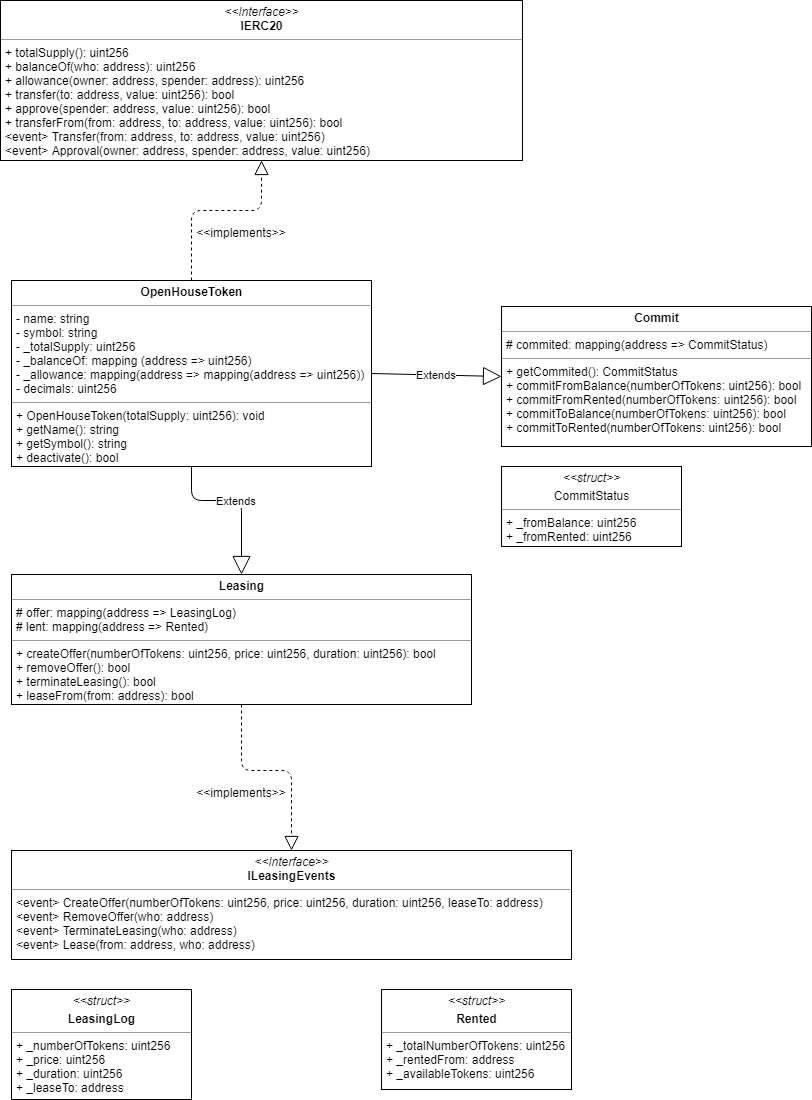
Before: uml/OpenHouseToken/OpenHouseToken.png, a diagram exported from draw.io (gkamtzir/Ethereum-ICO-Diploma-Thesis). Source tidied: cells renumbered, new cells last; positions are measured from the earlier drawing's top-left corner, leaving out a move shared by most shapes.
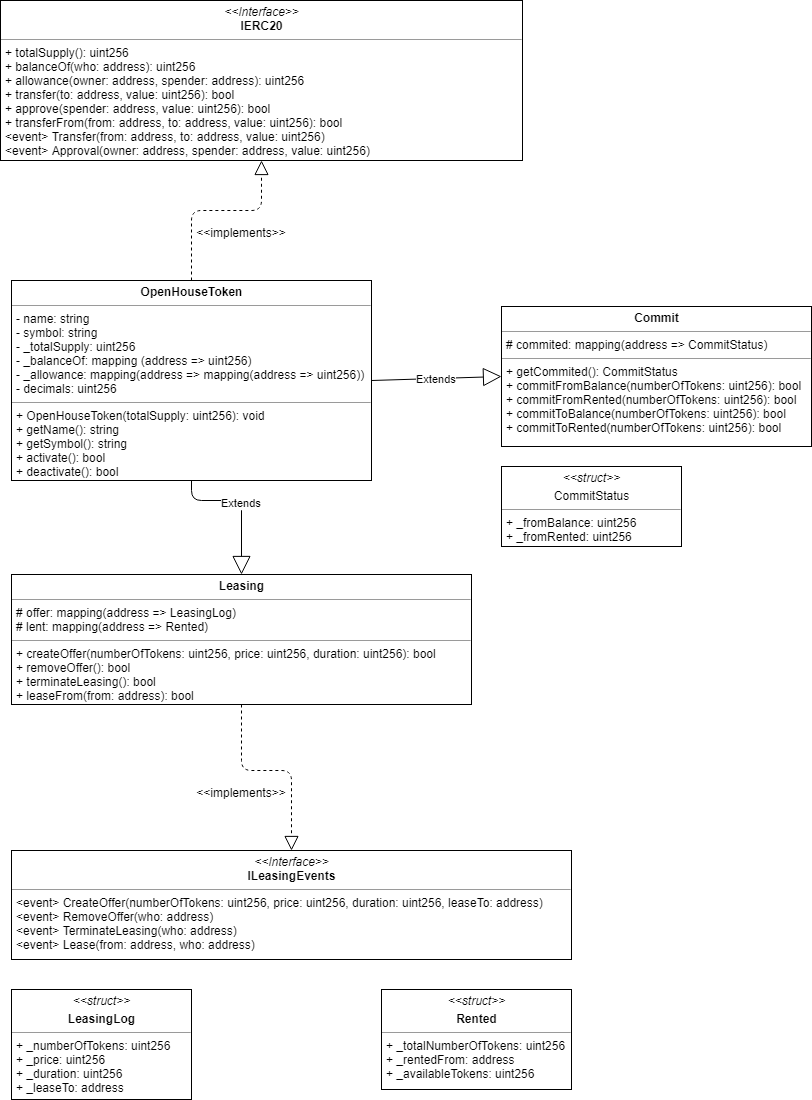
Above is the later version.

Diff of the diagram source:
```diff
@@ -2,8 +2,8 @@
   <root>
     <mxCell id="0" />
     <mxCell id="1" parent="0" />
-    <mxCell id="2" value="&lt;p style=&quot;margin: 0px ; margin-top: 4px ; text-align: center&quot;&gt;&lt;b&gt;OpenHouseToken&lt;/b&gt;&lt;/p&gt;&lt;hr size=&quot;1&quot;&gt;&lt;p style=&quot;margin: 0px ; margin-left: 4px&quot;&gt;- name: string&lt;/p&gt;&lt;p style=&quot;margin: 0px ; margin-left: 4px&quot;&gt;- symbol: string&lt;/p&gt;&lt;p style=&quot;margin: 0px ; margin-left: 4px&quot;&gt;- _totalSupply: uint256&lt;/p&gt;&lt;p style=&quot;margin: 0px ; margin-left: 4px&quot;&gt;- _balanceOf: mapping (address =&amp;gt; uint256)&lt;/p&gt;&lt;p style=&quot;margin: 0px ; margin-left: 4px&quot;&gt;- _allowance: mapping(address =&amp;gt; mapping(address =&amp;gt; uint256))&lt;/p&gt;&lt;p style=&quot;margin: 0px ; margin-left: 4px&quot;&gt;- decimals: uint256&lt;/p&gt;&lt;hr size=&quot;1&quot;&gt;&lt;p style=&quot;margin: 0px ; margin-left: 4px&quot;&gt;+ OpenHouseToken(totalSupply: uint256): void&lt;/p&gt;&lt;p style=&quot;margin: 0px ; margin-left: 4px&quot;&gt;+ getName(): string&lt;/p&gt;&lt;p style=&quot;margin: 0px ; margin-left: 4px&quot;&gt;+ getSymbol(): string&lt;/p&gt;&lt;p style=&quot;margin: 0px ; margin-left: 4px&quot;&gt;+ deactivate(): bool&lt;/p&gt;" style="verticalAlign=top;align=left;overflow=fill;fontSize=12;fontFamily=Helvetica;html=1;" parent="1" vertex="1">
-      <mxGeometry x="11" y="280" width="360" height="186" as="geometry" />
+    <mxCell id="2" value="&lt;p style=&quot;margin: 0px ; margin-top: 4px ; text-align: center&quot;&gt;&lt;b&gt;OpenHouseToken&lt;/b&gt;&lt;/p&gt;&lt;hr size=&quot;1&quot;&gt;&lt;p style=&quot;margin: 0px ; margin-left: 4px&quot;&gt;- name: string&lt;/p&gt;&lt;p style=&quot;margin: 0px ; margin-left: 4px&quot;&gt;- symbol: string&lt;/p&gt;&lt;p style=&quot;margin: 0px ; margin-left: 4px&quot;&gt;- _totalSupply: uint256&lt;/p&gt;&lt;p style=&quot;margin: 0px ; margin-left: 4px&quot;&gt;- _balanceOf: mapping (address =&amp;gt; uint256)&lt;/p&gt;&lt;p style=&quot;margin: 0px ; margin-left: 4px&quot;&gt;- _allowance: mapping(address =&amp;gt; mapping(address =&amp;gt; uint256))&lt;/p&gt;&lt;p style=&quot;margin: 0px ; margin-left: 4px&quot;&gt;- decimals: uint256&lt;/p&gt;&lt;hr size=&quot;1&quot;&gt;&lt;p style=&quot;margin: 0px ; margin-left: 4px&quot;&gt;+ OpenHouseToken(totalSupply: uint256): void&lt;/p&gt;&lt;p style=&quot;margin: 0px ; margin-left: 4px&quot;&gt;+ getName(): string&lt;/p&gt;&lt;p style=&quot;margin: 0px ; margin-left: 4px&quot;&gt;+ getSymbol(): string&lt;/p&gt;&lt;p style=&quot;margin: 0px ; margin-left: 4px&quot;&gt;+ activate(): bool&lt;/p&gt;&lt;p style=&quot;margin: 0px ; margin-left: 4px&quot;&gt;+ deactivate(): bool&lt;/p&gt;" style="verticalAlign=top;align=left;overflow=fill;fontSize=12;fontFamily=Helvetica;html=1;" parent="1" vertex="1">
+      <mxGeometry x="11" y="280" width="360" height="200" as="geometry" />
     </mxCell>
     <mxCell id="3" value="&lt;p style=&quot;margin: 0px ; margin-top: 4px ; text-align: center&quot;&gt;&lt;i&gt;&amp;lt;&amp;lt;Interface&amp;gt;&amp;gt;&lt;/i&gt;&lt;br&gt;&lt;b&gt;IERC20&lt;/b&gt;&lt;/p&gt;&lt;hr size=&quot;1&quot;&gt;&lt;p style=&quot;margin: 0px ; margin-left: 4px&quot;&gt;+ totalSupply(): uint256&lt;br&gt;+ balanceOf(who: address): uint256&lt;/p&gt;&lt;p style=&quot;margin: 0px ; margin-left: 4px&quot;&gt;+ allowance(owner: address, spender: address): uint256&lt;/p&gt;&lt;p style=&quot;margin: 0px ; margin-left: 4px&quot;&gt;+ transfer(to: address, value: uint256): bool&lt;/p&gt;&lt;p style=&quot;margin: 0px ; margin-left: 4px&quot;&gt;+ approve(spender: address, value: uint256): bool&lt;/p&gt;&lt;p style=&quot;margin: 0px ; margin-left: 4px&quot;&gt;+ transferFrom(from: address, to: address, value: uint256): bool&lt;/p&gt;&lt;p style=&quot;margin: 0px ; margin-left: 4px&quot;&gt;&amp;lt;event&amp;gt; Transfer(from: address, to: address, value: uint256)&lt;/p&gt;&lt;p style=&quot;margin: 0px ; margin-left: 4px&quot;&gt;&amp;lt;event&amp;gt; Approval(owner: address, spender: address, value: uint256)&lt;/p&gt;" style="verticalAlign=top;align=left;overflow=fill;fontSize=12;fontFamily=Helvetica;html=1;" parent="1" vertex="1">
       <mxGeometry width="522" height="160" as="geometry" />
```
